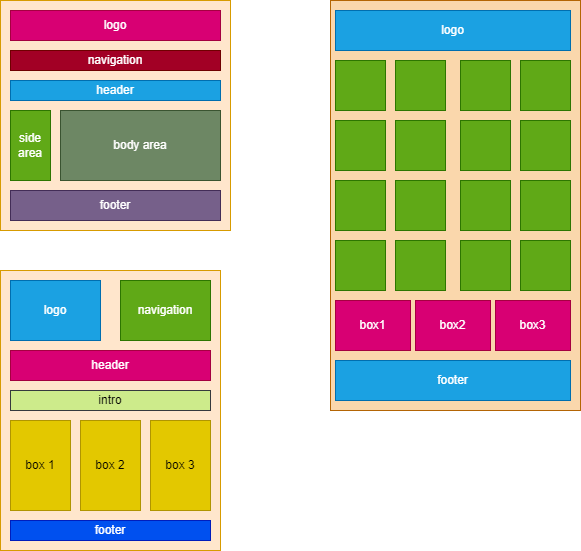
Before: layout/layout.drawio.png, a diagram exported from draw.io (samshatan/VAFSD302). Source tidied: cells renumbered, new cells last; positions are measured from the earlier drawing's top-left corner, leaving out a move shared by most shapes. Its diagram source:
```xml
<mxGraphModel>
  <root>
    <mxCell id="0" />
    <mxCell id="1" parent="0" />
    <mxCell id="2" style="rounded=0;whiteSpace=wrap;html=1;fillColor=#ffe6cc;strokeColor=#d79b00;" parent="1" vertex="1">
      <mxGeometry y="270" width="220" height="280" as="geometry" />
    </mxCell>
    <mxCell id="3" style="rounded=0;whiteSpace=wrap;html=1;fillColor=#fad7ac;strokeColor=#b46504;" parent="1" vertex="1">
      <mxGeometry x="330" width="250" height="410" as="geometry" />
    </mxCell>
    <mxCell id="4" style="whiteSpace=wrap;html=1;fillColor=#ffe6cc;strokeColor=#d79b00;" parent="1" vertex="1">
      <mxGeometry width="230" height="230" as="geometry" />
    </mxCell>
    <mxCell id="5" value="logo" style="rounded=0;whiteSpace=wrap;html=1;fillColor=#d80073;fontColor=#ffffff;strokeColor=#A50040;" parent="1" vertex="1">
      <mxGeometry x="10" y="10" width="210" height="30" as="geometry" />
    </mxCell>
    <mxCell id="6" value="navigation" style="rounded=0;whiteSpace=wrap;html=1;fillColor=#a20025;fontColor=#ffffff;strokeColor=#6F0000;" parent="1" vertex="1">
      <mxGeometry x="10" y="50" width="210" height="20" as="geometry" />
    </mxCell>
    <mxCell id="7" value="header" style="rounded=0;whiteSpace=wrap;html=1;fillColor=#1ba1e2;fontColor=#ffffff;strokeColor=#006EAF;" parent="1" vertex="1">
      <mxGeometry x="10" y="80" width="210" height="20" as="geometry" />
    </mxCell>
    <mxCell id="8" value="footer" style="rounded=0;whiteSpace=wrap;html=1;fillColor=#76608a;fontColor=#ffffff;strokeColor=#432D57;" parent="1" vertex="1">
      <mxGeometry x="10" y="190" width="210" height="30" as="geometry" />
    </mxCell>
    <mxCell id="9" value="side area" style="rounded=0;whiteSpace=wrap;html=1;fillColor=#60a917;fontColor=#ffffff;strokeColor=#2D7600;" parent="1" vertex="1">
      <mxGeometry x="10" y="110" width="40" height="70" as="geometry" />
    </mxCell>
    <mxCell id="10" value="body area" style="rounded=0;whiteSpace=wrap;html=1;fillColor=#6d8764;strokeColor=#3A5431;fontColor=#ffffff;" parent="1" vertex="1">
      <mxGeometry x="60" y="110" width="160" height="70" as="geometry" />
    </mxCell>
    <mxCell id="11" value="logo" style="rounded=0;whiteSpace=wrap;html=1;fillColor=#1ba1e2;fontColor=#ffffff;strokeColor=#006EAF;" parent="1" vertex="1">
      <mxGeometry x="335" y="10" width="235" height="40" as="geometry" />
    </mxCell>
    <mxCell id="12" value="&lt;span style=&quot;color: rgba(0, 0, 0, 0); font-family: monospace; font-size: 0px; text-align: start;&quot;&gt;%3CmxGraphModel%3E%3Croot%3E%3CmxCell%20id%3D%220%22%2F%3E%3CmxCell%20id%3D%221%22%20parent%3D%220%22%2F%3E%3CmxCell%20id%3D%222%22%20value%3D%22%22%20style%3D%22whiteSpace%3Dwrap%3Bhtml%3D1%3Baspect%3Dfixed%3B%22%20vertex%3D%221%22%20parent%3D%221%22%3E%3CmxGeometry%20x%3D%22365%22%20y%3D%22100%22%20width%3D%2250%22%20height%3D%2250%22%20as%3D%22geometry%22%2F%3E%3C%2FmxCell%3E%3CmxCell%20id%3D%223%22%20value%3D%22%22%20style%3D%22whiteSpace%3Dwrap%3Bhtml%3D1%3Baspect%3Dfixed%3B%22%20vertex%3D%221%22%20parent%3D%221%22%3E%3CmxGeometry%20x%3D%22425%22%20y%3D%22100%22%20width%3D%2250%22%20height%3D%2250%22%20as%3D%22geometry%22%2F%3E%3C%2FmxCell%3E%3CmxCell%20id%3D%224%22%20value%3D%22%22%20style%3D%22whiteSpace%3Dwrap%3Bhtml%3D1%3Baspect%3Dfixed%3B%22%20vertex%3D%221%22%20parent%3D%221%22%3E%3CmxGeometry%20x%3D%22490%22%20y%3D%22100%22%20width%3D%2250%22%20height%3D%2250%22%20as%3D%22geometry%22%2F%3E%3C%2FmxCell%3E%3CmxCell%20id%3D%225%22%20value%3D%22%22%20style%3D%22whiteSpace%3Dwrap%3Bhtml%3D1%3Baspect%3Dfixed%3B%22%20vertex%3D%221%22%20parent%3D%221%22%3E%3CmxGeometry%20x%3D%22550%22%20y%3D%22100%22%20width%3D%2250%22%20height%3D%2250%22%20as%3D%22geometry%22%2F%3E%3C%2FmxCell%3E%3C%2Froot%3E%3C%2FmxGraphModel%3E&lt;/span&gt;" style="whiteSpace=wrap;html=1;fillColor=#60a917;fontColor=#ffffff;strokeColor=#2D7600;" parent="1" vertex="1">
      <mxGeometry x="335" y="60" width="50" height="50" as="geometry" />
    </mxCell>
    <mxCell id="13" style="whiteSpace=wrap;html=1;fillColor=#60a917;fontColor=#ffffff;strokeColor=#2D7600;" parent="1" vertex="1">
      <mxGeometry x="395" y="60" width="50" height="50" as="geometry" />
    </mxCell>
    <mxCell id="14" style="whiteSpace=wrap;html=1;fillColor=#60a917;fontColor=#ffffff;strokeColor=#2D7600;" parent="1" vertex="1">
      <mxGeometry x="460" y="60" width="50" height="50" as="geometry" />
    </mxCell>
    <mxCell id="15" style="whiteSpace=wrap;html=1;fillColor=#60a917;fontColor=#ffffff;strokeColor=#2D7600;" parent="1" vertex="1">
      <mxGeometry x="520" y="60" width="50" height="50" as="geometry" />
    </mxCell>
    <mxCell id="16" style="whiteSpace=wrap;html=1;fillColor=#60a917;fontColor=#ffffff;strokeColor=#2D7600;" parent="1" vertex="1">
      <mxGeometry x="335" y="120" width="50" height="50" as="geometry" />
    </mxCell>
    <mxCell id="17" style="whiteSpace=wrap;html=1;fillColor=#60a917;fontColor=#ffffff;strokeColor=#2D7600;" parent="1" vertex="1">
      <mxGeometry x="395" y="120" width="50" height="50" as="geometry" />
    </mxCell>
    <mxCell id="18" style="whiteSpace=wrap;html=1;fillColor=#60a917;fontColor=#ffffff;strokeColor=#2D7600;" parent="1" vertex="1">
      <mxGeometry x="460" y="120" width="50" height="50" as="geometry" />
    </mxCell>
    <mxCell id="19" style="whiteSpace=wrap;html=1;fillColor=#60a917;fontColor=#ffffff;strokeColor=#2D7600;" parent="1" vertex="1">
      <mxGeometry x="520" y="120" width="50" height="50" as="geometry" />
    </mxCell>
    <mxCell id="20" style="whiteSpace=wrap;html=1;fillColor=#60a917;fontColor=#ffffff;strokeColor=#2D7600;" parent="1" vertex="1">
      <mxGeometry x="335" y="180" width="50" height="50" as="geometry" />
    </mxCell>
    <mxCell id="21" style="whiteSpace=wrap;html=1;fillColor=#60a917;fontColor=#ffffff;strokeColor=#2D7600;" parent="1" vertex="1">
      <mxGeometry x="395" y="180" width="50" height="50" as="geometry" />
    </mxCell>
    <mxCell id="22" style="whiteSpace=wrap;html=1;fillColor=#60a917;fontColor=#ffffff;strokeColor=#2D7600;" parent="1" vertex="1">
      <mxGeometry x="460" y="180" width="50" height="50" as="geometry" />
    </mxCell>
    <mxCell id="23" style="whiteSpace=wrap;html=1;fillColor=#60a917;fontColor=#ffffff;strokeColor=#2D7600;" parent="1" vertex="1">
      <mxGeometry x="520" y="180" width="50" height="50" as="geometry" />
    </mxCell>
    <mxCell id="24" style="whiteSpace=wrap;html=1;fillColor=#60a917;fontColor=#ffffff;strokeColor=#2D7600;" parent="1" vertex="1">
      <mxGeometry x="335" y="240" width="50" height="50" as="geometry" />
    </mxCell>
    <mxCell id="25" style="whiteSpace=wrap;html=1;fillColor=#60a917;fontColor=#ffffff;strokeColor=#2D7600;" parent="1" vertex="1">
      <mxGeometry x="395" y="240" width="50" height="50" as="geometry" />
    </mxCell>
    <mxCell id="26" style="whiteSpace=wrap;html=1;fillColor=#60a917;fontColor=#ffffff;strokeColor=#2D7600;" parent="1" vertex="1">
      <mxGeometry x="460" y="240" width="50" height="50" as="geometry" />
    </mxCell>
    <mxCell id="27" style="whiteSpace=wrap;html=1;fillColor=#60a917;fontColor=#ffffff;strokeColor=#2D7600;" parent="1" vertex="1">
      <mxGeometry x="520" y="240" width="50" height="50" as="geometry" />
    </mxCell>
    <mxCell id="28" value="footer" style="rounded=0;whiteSpace=wrap;html=1;fillColor=#1ba1e2;fontColor=#ffffff;strokeColor=#006EAF;" parent="1" vertex="1">
      <mxGeometry x="335" y="360" width="235" height="40" as="geometry" />
    </mxCell>
    <mxCell id="29" value="box1" style="rounded=0;whiteSpace=wrap;html=1;fillColor=#d80073;strokeColor=#A50040;fontColor=#ffffff;" parent="1" vertex="1">
      <mxGeometry x="335" y="300" width="75" height="50" as="geometry" />
    </mxCell>
    <mxCell id="30" value="box2" style="rounded=0;whiteSpace=wrap;html=1;fillColor=#d80073;fontColor=#ffffff;strokeColor=#A50040;" parent="1" vertex="1">
      <mxGeometry x="415" y="300" width="75" height="50" as="geometry" />
    </mxCell>
    <mxCell id="31" value="box3" style="rounded=0;whiteSpace=wrap;html=1;fillColor=#d80073;fontColor=#ffffff;strokeColor=#A50040;" parent="1" vertex="1">
      <mxGeometry x="495" y="300" width="75" height="50" as="geometry" />
    </mxCell>
    <mxCell id="32" value="logo" style="rounded=0;whiteSpace=wrap;html=1;fillColor=#1ba1e2;strokeColor=#006EAF;fontColor=#ffffff;" parent="1" vertex="1">
      <mxGeometry x="10" y="280" width="90" height="60" as="geometry" />
    </mxCell>
    <mxCell id="33" value="navigation" style="rounded=0;whiteSpace=wrap;html=1;fillColor=#60a917;fontColor=#ffffff;strokeColor=#2D7600;" parent="1" vertex="1">
      <mxGeometry x="120" y="280" width="90" height="60" as="geometry" />
    </mxCell>
    <mxCell id="34" value="header" style="rounded=0;whiteSpace=wrap;html=1;fillColor=#d80073;fontColor=#ffffff;strokeColor=#A50040;" parent="1" vertex="1">
      <mxGeometry x="10" y="350" width="200" height="30" as="geometry" />
    </mxCell>
    <mxCell id="35" value="intro" style="rounded=0;whiteSpace=wrap;html=1;fillColor=#cdeb8b;strokeColor=#36393d;" parent="1" vertex="1">
      <mxGeometry x="10" y="390" width="200" height="20" as="geometry" />
    </mxCell>
    <mxCell id="36" value="box 1" style="rounded=0;whiteSpace=wrap;html=1;fillColor=#e3c800;fontColor=#000000;strokeColor=#B09500;" parent="1" vertex="1">
      <mxGeometry x="10" y="420" width="60" height="90" as="geometry" />
    </mxCell>
    <mxCell id="37" value="box 2" style="rounded=0;whiteSpace=wrap;html=1;fillColor=#e3c800;fontColor=#000000;strokeColor=#B09500;" parent="1" vertex="1">
      <mxGeometry x="80" y="420" width="60" height="90" as="geometry" />
    </mxCell>
    <mxCell id="38" value="box 3" style="rounded=0;whiteSpace=wrap;html=1;fillColor=#e3c800;fontColor=#000000;strokeColor=#B09500;" parent="1" vertex="1">
      <mxGeometry x="150" y="420" width="60" height="90" as="geometry" />
    </mxCell>
    <mxCell id="39" value="footer" style="rounded=0;whiteSpace=wrap;html=1;fillColor=#0050ef;fontColor=#ffffff;strokeColor=#001DBC;" parent="1" vertex="1">
      <mxGeometry x="10" y="520" width="200" height="20" as="geometry" />
    </mxCell>
  </root>
</mxGraphModel>
```
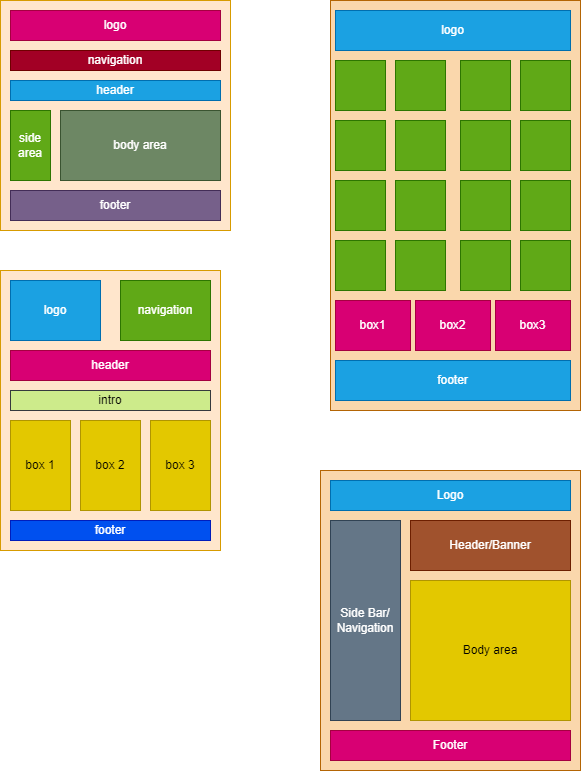
Above is the later version.

What changed in the source:
```diff
@@ -2,6 +2,9 @@
   <root>
     <mxCell id="0" />
     <mxCell id="1" parent="0" />
+    <mxCell id="40" style="rounded=0;whiteSpace=wrap;html=1;fillColor=#fad7ac;strokeColor=#b46504;" parent="1" vertex="1">
+      <mxGeometry x="320" y="470" width="260" height="300" as="geometry" />
+    </mxCell>
     <mxCell id="2" style="rounded=0;whiteSpace=wrap;html=1;fillColor=#ffe6cc;strokeColor=#d79b00;" parent="1" vertex="1">
       <mxGeometry y="270" width="220" height="280" as="geometry" />
     </mxCell>
@@ -116,5 +119,20 @@
     <mxCell id="39" value="footer" style="rounded=0;whiteSpace=wrap;html=1;fillColor=#0050ef;fontColor=#ffffff;strokeColor=#001DBC;" parent="1" vertex="1">
       <mxGeometry x="10" y="520" width="200" height="20" as="geometry" />
     </mxCell>
+    <mxCell id="41" value="Logo" style="rounded=0;whiteSpace=wrap;html=1;fillColor=#1ba1e2;fontColor=#ffffff;strokeColor=#006EAF;" parent="1" vertex="1">
+      <mxGeometry x="330" y="480" width="240" height="30" as="geometry" />
+    </mxCell>
+    <mxCell id="42" value="Header/Banner" style="rounded=0;whiteSpace=wrap;html=1;fillColor=#a0522d;fontColor=#ffffff;strokeColor=#6D1F00;" parent="1" vertex="1">
+      <mxGeometry x="410" y="520" width="160" height="50" as="geometry" />
+    </mxCell>
+    <mxCell id="43" value="Body area" style="rounded=0;whiteSpace=wrap;html=1;fillColor=#e3c800;fontColor=#000000;strokeColor=#B09500;" parent="1" vertex="1">
+      <mxGeometry x="410" y="580" width="160" height="140" as="geometry" />
+    </mxCell>
+    <mxCell id="44" value="Footer" style="rounded=0;whiteSpace=wrap;html=1;fillColor=#d80073;fontColor=#ffffff;strokeColor=#A50040;" parent="1" vertex="1">
+      <mxGeometry x="330" y="730" width="240" height="30" as="geometry" />
+    </mxCell>
+    <mxCell id="45" value="Side Bar/ Navigation" style="rounded=0;whiteSpace=wrap;html=1;fillColor=#647687;fontColor=#ffffff;strokeColor=#314354;" parent="1" vertex="1">
+      <mxGeometry x="330" y="520" width="70" height="200" as="geometry" />
+    </mxCell>
   </root>
 </mxGraphModel>
```
